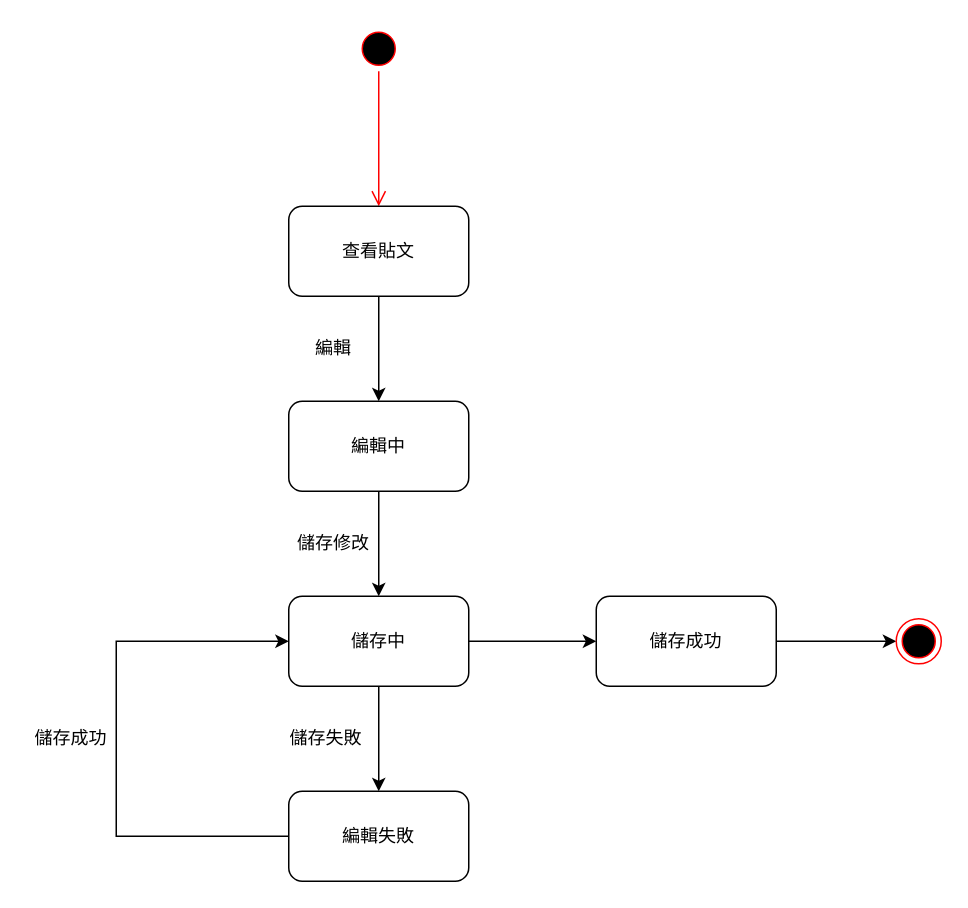
jiakai912/114201_poject keeps this draw.io diagram as page "查看／編輯個人貼文" (4 of 8) of 11336032/狀態機.drawio. Above is the earlier version. Source tidied: cells renumbered, new cells numbered last; positions are measured from the earlier drawing's top-left corner, leaving out a move shared by most shapes. Both pictures are drawn from the tidied source at 150%, with x=0, y=0 at pixel (26, 26).
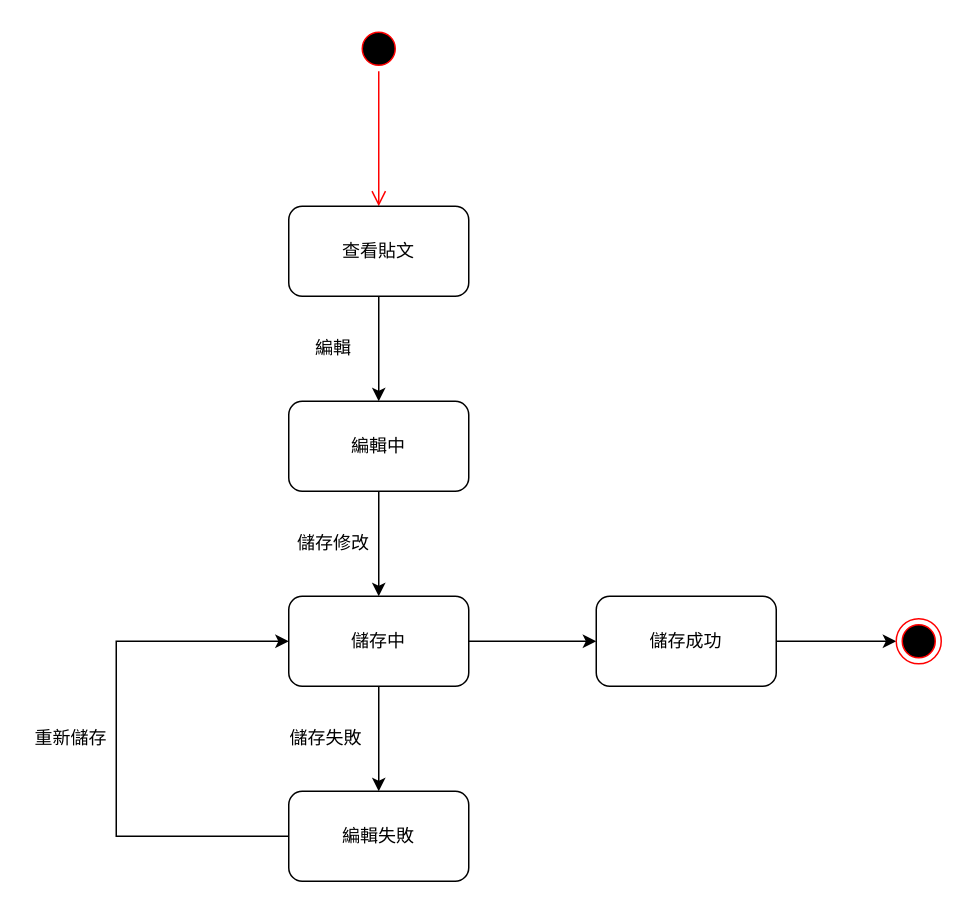
The same page after the edit.

The edit, as a diff of the source:
```diff
@@
-    <mxCell id="16" value="儲存成功" style="text;html=1;align=center;verticalAlign=middle;whiteSpace=wrap;rounded=0;" parent="1" vertex="1">
+    <mxCell id="16" value="重新儲存" style="text;html=1;align=center;verticalAlign=middle;whiteSpace=wrap;rounded=0;" parent="1" vertex="1">
       <mxGeometry y="460" width="60" height="30" as="geometry" />
     </mxCell>
```
